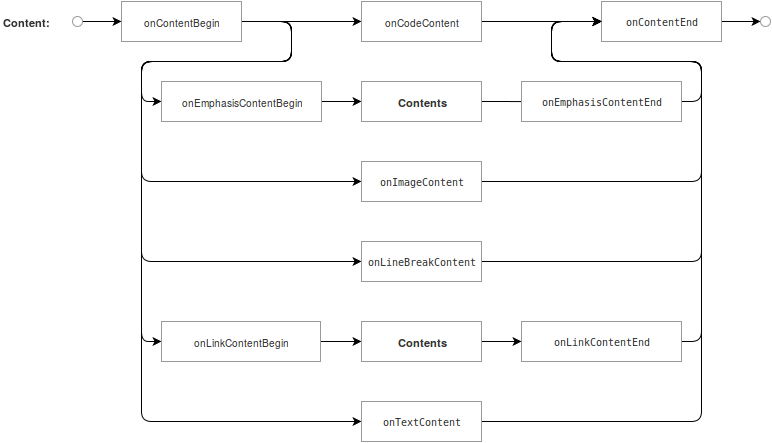
This is 1.0/resource/markdom-events-content.png from markdom/specification, a draw.io export, as it was before one commit. Source tidied: cells renumbered, new cells last; positions are measured from the earlier drawing's top-left corner, leaving out a move shared by most shapes.
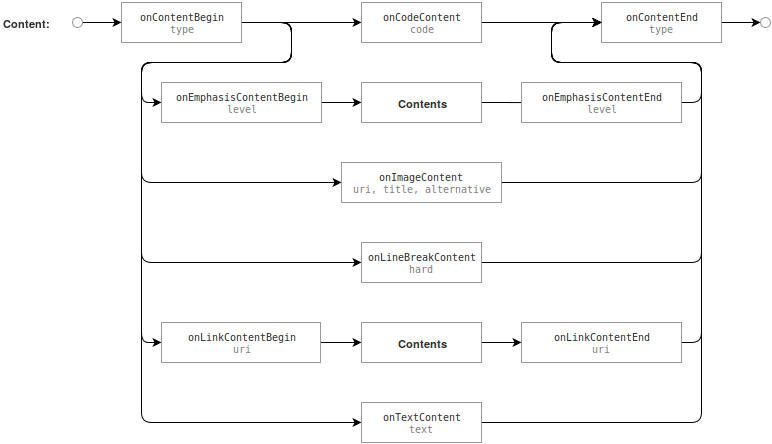
The same diagram one commit later.

Diff of the diagram source:
```diff
@@ -6,10 +6,10 @@
       <mxGeometry width="80" height="40" as="geometry" />
     </mxCell>
     <mxCell id="3" style="edgeStyle=orthogonalEdgeStyle;rounded=1;html=1;exitX=1;exitY=0.5;entryX=0;entryY=0.5;endArrow=classic;endFill=1;jettySize=auto;strokeWidth=1;fontSize=10;fontColor=#333333;" parent="1" edge="1" source="9" target="13">
-      <mxGeometry x="320" y="1340" as="geometry" />
+      <mxGeometry x="280" y="1260" as="geometry" />
     </mxCell>
     <mxCell id="4" style="edgeStyle=orthogonalEdgeStyle;rounded=1;html=1;exitX=1;exitY=0.5;entryX=0;entryY=0.5;endArrow=classic;endFill=1;jettySize=auto;strokeWidth=1;fontSize=10;fontColor=#333333;" parent="1" edge="1" source="9" target="15">
-      <mxGeometry x="220" y="1340" as="geometry">
+      <mxGeometry x="180" y="1260" as="geometry">
         <Array as="points">
           <mxPoint x="290" y="20" />
           <mxPoint x="290" y="60" />
@@ -19,7 +19,7 @@
       </mxGeometry>
     </mxCell>
     <mxCell id="5" style="edgeStyle=orthogonalEdgeStyle;rounded=1;html=1;exitX=1;exitY=0.5;entryX=0;entryY=0.5;endArrow=classic;endFill=1;jettySize=auto;strokeWidth=1;fontSize=10;fontColor=#333333;" parent="1" edge="1" source="9" target="21">
-      <mxGeometry x="220" y="1340" as="geometry">
+      <mxGeometry x="180" y="1260" as="geometry">
         <Array as="points">
           <mxPoint x="290" y="20" />
           <mxPoint x="290" y="60" />
@@ -29,7 +29,7 @@
       </mxGeometry>
     </mxCell>
     <mxCell id="6" style="edgeStyle=orthogonalEdgeStyle;rounded=1;html=1;exitX=1;exitY=0.5;entryX=0;entryY=0.5;endArrow=classic;endFill=1;jettySize=auto;strokeWidth=1;fontSize=10;fontColor=#333333;" parent="1" edge="1" source="9" target="19">
-      <mxGeometry x="220" y="1340" as="geometry">
+      <mxGeometry x="180" y="1260" as="geometry">
         <Array as="points">
           <mxPoint x="290" y="20" />
           <mxPoint x="290" y="60" />
@@ -39,7 +39,7 @@
       </mxGeometry>
     </mxCell>
     <mxCell id="7" style="edgeStyle=orthogonalEdgeStyle;rounded=1;html=1;exitX=1;exitY=0.5;entryX=0;entryY=0.5;endArrow=classic;endFill=1;jettySize=auto;strokeWidth=1;fontSize=10;fontColor=#333333;" parent="1" edge="1" source="9" target="23">
-      <mxGeometry x="220" y="1340" as="geometry">
+      <mxGeometry x="180" y="1260" as="geometry">
         <Array as="points">
           <mxPoint x="290" y="20" />
           <mxPoint x="290" y="60" />
@@ -49,7 +49,7 @@
       </mxGeometry>
     </mxCell>
     <mxCell id="8" style="edgeStyle=orthogonalEdgeStyle;rounded=1;html=1;exitX=1;exitY=0.5;entryX=0;entryY=0.5;endArrow=classic;endFill=1;jettySize=auto;strokeWidth=1;fontSize=10;fontColor=#333333;" parent="1" edge="1" source="9" target="29">
-      <mxGeometry x="220" y="1340" as="geometry">
+      <mxGeometry x="180" y="1260" as="geometry">
         <Array as="points">
           <mxPoint x="290" y="20" />
           <mxPoint x="290" y="60" />
@@ -58,29 +58,29 @@
         </Array>
       </mxGeometry>
     </mxCell>
-    <mxCell id="9" value="onContentBegin" style="whiteSpace=wrap;html=1;strokeColor=#999999;fillColor=#ffffff;fontSize=10;fontColor=#333333;strokeWidth=1;" parent="1" vertex="1">
+    <mxCell id="9" value="&lt;pre&gt;onContentBegin&lt;font color=&quot;#808080&quot;&gt;&lt;br&gt;type&lt;/font&gt;&lt;/pre&gt;" style="whiteSpace=wrap;html=1;strokeColor=#999999;fillColor=#ffffff;fontSize=10;fontColor=#333333;strokeWidth=1;" parent="1" vertex="1">
       <mxGeometry x="120" width="120" height="40" as="geometry" />
     </mxCell>
     <mxCell id="10" style="edgeStyle=orthogonalEdgeStyle;rounded=1;html=1;exitX=1;exitY=0.5;entryX=0;entryY=0.5;endArrow=classic;endFill=1;jettySize=auto;strokeWidth=1;fontSize=9;fontColor=#333333;" parent="1" edge="1" source="11" target="32">
-      <mxGeometry x="800.7" y="1340.3" as="geometry" />
+      <mxGeometry x="760.7" y="1260.3" as="geometry" />
     </mxCell>
-    <mxCell id="11" value="&lt;pre&gt;onContentEnd&lt;/pre&gt;" style="whiteSpace=wrap;html=1;strokeColor=#999999;fillColor=#ffffff;fontSize=10;fontColor=#333333;strokeWidth=1;" parent="1" vertex="1">
+    <mxCell id="11" value="&lt;pre&gt;onContentEnd&lt;br&gt;&lt;font color=&quot;#808080&quot;&gt;type&lt;/font&gt;&lt;br&gt;&lt;/pre&gt;" style="whiteSpace=wrap;html=1;strokeColor=#999999;fillColor=#ffffff;fontSize=10;fontColor=#333333;strokeWidth=1;" parent="1" vertex="1">
       <mxGeometry x="600" width="120" height="40" as="geometry" />
     </mxCell>
     <mxCell id="12" style="edgeStyle=orthogonalEdgeStyle;rounded=1;html=1;exitX=1;exitY=0.5;entryX=0;entryY=0.5;endArrow=classic;endFill=1;jettySize=auto;strokeWidth=1;fontSize=10;fontColor=#333333;" parent="1" edge="1" source="13" target="11">
-      <mxGeometry x="560" y="1340" as="geometry" />
+      <mxGeometry x="520" y="1260" as="geometry" />
     </mxCell>
-    <mxCell id="13" value="onCodeContent" style="whiteSpace=wrap;html=1;strokeColor=#999999;fillColor=#ffffff;fontSize=10;fontColor=#333333;strokeWidth=1;" parent="1" vertex="1">
+    <mxCell id="13" value="&lt;pre&gt;onCodeContent&lt;font color=&quot;#808080&quot;&gt;&lt;br&gt;code&lt;/font&gt;&lt;/pre&gt;" style="whiteSpace=wrap;html=1;strokeColor=#999999;fillColor=#ffffff;fontSize=10;fontColor=#333333;strokeWidth=1;" parent="1" vertex="1">
       <mxGeometry x="360" width="120" height="40" as="geometry" />
     </mxCell>
     <mxCell id="14" style="edgeStyle=orthogonalEdgeStyle;rounded=1;html=1;exitX=1;exitY=0.5;entryX=0;entryY=0.5;endArrow=classic;endFill=1;jettySize=auto;strokeWidth=1;fontSize=9;fontColor=#333333;" parent="1" edge="1" source="15" target="17">
-      <mxGeometry x="360.7" y="1420.3" as="geometry" />
+      <mxGeometry x="320.7" y="1340.3" as="geometry" />
     </mxCell>
-    <mxCell id="15" value="onEmphasisContentBegin" style="whiteSpace=wrap;html=1;strokeColor=#999999;fillColor=#ffffff;fontSize=10;fontColor=#333333;strokeWidth=1;" parent="1" vertex="1">
+    <mxCell id="15" value="&lt;pre&gt;onEmphasisContentBegin&lt;font color=&quot;#808080&quot;&gt;&lt;br&gt;level&lt;/font&gt;&lt;/pre&gt;" style="whiteSpace=wrap;html=1;strokeColor=#999999;fillColor=#ffffff;fontSize=10;fontColor=#333333;strokeWidth=1;" parent="1" vertex="1">
       <mxGeometry x="160" y="80" width="160" height="40" as="geometry" />
     </mxCell>
     <mxCell id="16" style="edgeStyle=orthogonalEdgeStyle;rounded=1;html=1;exitX=1;exitY=0.5;entryX=0;entryY=0.5;endArrow=classic;endFill=1;jettySize=auto;strokeWidth=1;fontSize=9;fontColor=#333333;" parent="1" edge="1" source="17">
-      <mxGeometry x="560.7" y="1420.3" as="geometry">
+      <mxGeometry x="520.7" y="1340.3" as="geometry">
         <mxPoint x="556.3" y="100.3" as="targetPoint" />
       </mxGeometry>
     </mxCell>
@@ -88,7 +88,7 @@
       <mxGeometry x="360" y="80" width="120" height="40" as="geometry" />
     </mxCell>
     <mxCell id="18" style="edgeStyle=orthogonalEdgeStyle;rounded=1;html=1;exitX=1;exitY=0.5;entryX=0;entryY=0.5;endArrow=classic;endFill=1;jettySize=auto;strokeWidth=1;fontSize=10;fontColor=#333333;" parent="1" edge="1" source="19" target="11">
-      <mxGeometry x="560" y="1340" as="geometry">
+      <mxGeometry x="520" y="1260" as="geometry">
         <Array as="points">
           <mxPoint x="700" y="260" />
           <mxPoint x="700" y="60" />
@@ -97,11 +97,11 @@
         </Array>
       </mxGeometry>
     </mxCell>
-    <mxCell id="19" value="&lt;pre&gt;onLineBreakContent&lt;/pre&gt;" style="whiteSpace=wrap;html=1;strokeColor=#999999;fillColor=#ffffff;fontSize=10;fontColor=#333333;strokeWidth=1;" parent="1" vertex="1">
+    <mxCell id="19" value="&lt;pre&gt;onLineBreakContent&lt;font color=&quot;#808080&quot;&gt;&lt;br&gt;hard&lt;/font&gt;&lt;br&gt;&lt;/pre&gt;" style="whiteSpace=wrap;html=1;strokeColor=#999999;fillColor=#ffffff;fontSize=10;fontColor=#333333;strokeWidth=1;" parent="1" vertex="1">
       <mxGeometry x="360" y="240" width="120" height="40" as="geometry" />
     </mxCell>
     <mxCell id="20" style="edgeStyle=orthogonalEdgeStyle;rounded=1;html=1;exitX=1;exitY=0.5;entryX=0;entryY=0.5;endArrow=classic;endFill=1;jettySize=auto;strokeWidth=1;fontSize=10;fontColor=#333333;" parent="1" edge="1" source="21" target="11">
-      <mxGeometry x="560" y="1340" as="geometry">
+      <mxGeometry x="540" y="1260" as="geometry">
         <Array as="points">
           <mxPoint x="700" y="180" />
           <mxPoint x="700" y="60" />
@@ -110,17 +110,17 @@
         </Array>
       </mxGeometry>
     </mxCell>
-    <mxCell id="21" value="&lt;blockquote&gt;&lt;pre&gt;onImageContent&lt;/pre&gt;&lt;/blockquote&gt;" style="whiteSpace=wrap;html=1;strokeColor=#999999;fillColor=#ffffff;fontSize=10;fontColor=#333333;strokeWidth=1;" parent="1" vertex="1">
-      <mxGeometry x="360" y="160" width="120" height="40" as="geometry" />
+    <mxCell id="21" value="&lt;blockquote&gt;&lt;pre&gt;onImageContent&lt;font color=&quot;#808080&quot;&gt;&lt;br&gt;uri, title, alternative&lt;/font&gt;&lt;/pre&gt;&lt;/blockquote&gt;" style="whiteSpace=wrap;html=1;strokeColor=#999999;fillColor=#ffffff;fontSize=10;fontColor=#333333;strokeWidth=1;" parent="1" vertex="1">
+      <mxGeometry x="340" y="160" width="160" height="40" as="geometry" />
     </mxCell>
     <mxCell id="22" style="edgeStyle=orthogonalEdgeStyle;rounded=1;html=1;exitX=1;exitY=0.5;entryX=0;entryY=0.5;endArrow=classic;endFill=1;jettySize=auto;strokeWidth=1;fontSize=9;fontColor=#333333;" parent="1" edge="1" source="23" target="27">
-      <mxGeometry x="360.7" y="1660.3" as="geometry" />
+      <mxGeometry x="320.7" y="1580.3" as="geometry" />
     </mxCell>
-    <mxCell id="23" value="onLinkContentBegin" style="whiteSpace=wrap;html=1;strokeColor=#999999;fillColor=#ffffff;fontSize=10;fontColor=#333333;strokeWidth=1;" parent="1" vertex="1">
+    <mxCell id="23" value="&lt;pre&gt;onLinkContentBegin&lt;br&gt;&lt;font color=&quot;#808080&quot;&gt;uri&lt;/font&gt;&lt;/pre&gt;" style="whiteSpace=wrap;html=1;strokeColor=#999999;fillColor=#ffffff;fontSize=10;fontColor=#333333;strokeWidth=1;" parent="1" vertex="1">
       <mxGeometry x="160" y="320" width="159" height="40" as="geometry" />
     </mxCell>
     <mxCell id="24" style="edgeStyle=orthogonalEdgeStyle;rounded=1;html=1;exitX=1;exitY=0.5;entryX=0;entryY=0.5;endArrow=classic;endFill=1;jettySize=auto;strokeWidth=1;fontSize=10;fontColor=#333333;" parent="1" edge="1" source="25" target="11">
-      <mxGeometry x="630" y="1340" as="geometry">
+      <mxGeometry x="590" y="1260" as="geometry">
         <Array as="points">
           <mxPoint x="700" y="340" />
           <mxPoint x="700" y="60" />
@@ -129,17 +129,17 @@
         </Array>
       </mxGeometry>
     </mxCell>
-    <mxCell id="25" value="&lt;pre&gt;onLinkContentEnd&lt;/pre&gt;" style="whiteSpace=wrap;html=1;strokeColor=#999999;fillColor=#ffffff;fontSize=10;fontColor=#333333;strokeWidth=1;" parent="1" vertex="1">
+    <mxCell id="25" value="&lt;pre&gt;onLinkContentEnd&lt;br&gt;&lt;font color=&quot;#808080&quot;&gt;uri&lt;/font&gt;&lt;br&gt;&lt;/pre&gt;" style="whiteSpace=wrap;html=1;strokeColor=#999999;fillColor=#ffffff;fontSize=10;fontColor=#333333;strokeWidth=1;" parent="1" vertex="1">
       <mxGeometry x="520" y="320" width="160" height="40" as="geometry" />
     </mxCell>
     <mxCell id="26" style="edgeStyle=orthogonalEdgeStyle;rounded=1;html=1;exitX=1;exitY=0.5;entryX=0;entryY=0.5;endArrow=classic;endFill=1;jettySize=auto;strokeWidth=1;fontSize=9;fontColor=#333333;" parent="1" edge="1" source="27" target="25">
-      <mxGeometry x="560.7" y="1660.3" as="geometry" />
+      <mxGeometry x="520.7" y="1580.3" as="geometry" />
     </mxCell>
     <mxCell id="27" value="Contents" style="whiteSpace=wrap;html=1;strokeColor=#999999;fillColor=#ffffff;fontSize=11;fontColor=#333333;strokeWidth=1;fontStyle=1;" parent="1" vertex="1">
       <mxGeometry x="360" y="320" width="120" height="40" as="geometry" />
     </mxCell>
     <mxCell id="28" style="edgeStyle=orthogonalEdgeStyle;rounded=1;html=1;exitX=1;exitY=0.5;entryX=0;entryY=0.5;endArrow=classic;endFill=1;jettySize=auto;strokeWidth=1;fontSize=10;fontColor=#333333;" parent="1" edge="1" source="29" target="11">
-      <mxGeometry x="560" y="1340" as="geometry">
+      <mxGeometry x="520" y="1260" as="geometry">
         <Array as="points">
           <mxPoint x="700" y="420" />
           <mxPoint x="700" y="60" />
@@ -148,11 +148,11 @@
         </Array>
       </mxGeometry>
     </mxCell>
-    <mxCell id="29" value="&lt;pre&gt;onTextContent&lt;/pre&gt;" style="whiteSpace=wrap;html=1;strokeColor=#999999;fillColor=#ffffff;fontSize=10;fontColor=#333333;strokeWidth=1;" parent="1" vertex="1">
+    <mxCell id="29" value="&lt;pre&gt;onTextContent&lt;br&gt;&lt;font color=&quot;#808080&quot;&gt;text&lt;/font&gt;&lt;br&gt;&lt;/pre&gt;" style="whiteSpace=wrap;html=1;strokeColor=#999999;fillColor=#ffffff;fontSize=10;fontColor=#333333;strokeWidth=1;" parent="1" vertex="1">
       <mxGeometry x="360" y="400" width="120" height="40" as="geometry" />
     </mxCell>
     <mxCell id="30" style="edgeStyle=orthogonalEdgeStyle;rounded=1;html=1;exitX=1;exitY=0.5;entryX=0;entryY=0.5;endArrow=classic;endFill=1;jettySize=auto;strokeWidth=1;fontSize=9;fontColor=#333333;" parent="1" edge="1" source="31" target="9">
-      <mxGeometry x="160.7" y="1340.3" as="geometry" />
+      <mxGeometry x="120.7" y="1260.3" as="geometry" />
     </mxCell>
     <mxCell id="31" style="ellipse;whiteSpace=wrap;html=1;strokeColor=#999999;fillColor=#ffffff;fontSize=9;fontColor=#333333;strokeWidth=1;" parent="1" vertex="1">
       <mxGeometry x="71" y="15" width="10" height="10" as="geometry" />
@@ -161,7 +161,7 @@
       <mxGeometry x="758.6" y="15" width="10" height="10" as="geometry" />
     </mxCell>
     <mxCell id="33" style="edgeStyle=orthogonalEdgeStyle;rounded=1;html=1;exitX=1;exitY=0.5;endArrow=classic;endFill=1;jettySize=auto;strokeWidth=1;fontSize=10;fontColor=#333333;" parent="1" edge="1" source="34">
-      <mxGeometry x="630" y="1340" as="geometry">
+      <mxGeometry x="590" y="1260" as="geometry">
         <mxPoint x="600" y="20" as="targetPoint" />
         <Array as="points">
           <mxPoint x="700" y="100" />
@@ -171,7 +171,7 @@
         </Array>
       </mxGeometry>
     </mxCell>
-    <mxCell id="34" value="&lt;pre&gt;onEmphasisContentEnd&lt;/pre&gt;" style="whiteSpace=wrap;html=1;strokeColor=#999999;fillColor=#ffffff;fontSize=10;fontColor=#333333;strokeWidth=1;" parent="1" vertex="1">
+    <mxCell id="34" value="&lt;pre&gt;onEmphasisContentEnd&lt;font color=&quot;#808080&quot;&gt;&lt;br&gt;level&lt;/font&gt;&lt;/pre&gt;" style="whiteSpace=wrap;html=1;strokeColor=#999999;fillColor=#ffffff;fontSize=10;fontColor=#333333;strokeWidth=1;" parent="1" vertex="1">
       <mxGeometry x="520" y="80" width="160" height="40" as="geometry" />
     </mxCell>
   </root>
```
